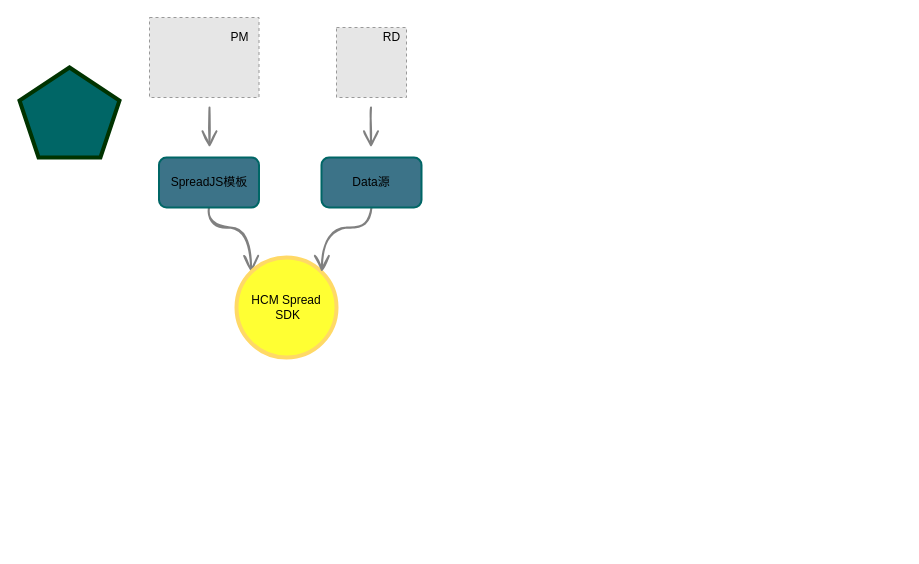
The draw.io diagram Untitled Diagram.drawio in ziloLiang/ziloLiang.github.io, before the edit. Source tidied: cells renumbered, new cells numbered last; positions are measured from the earlier drawing's top-left corner, leaving out a move shared by most shapes. Both pictures are drawn from the tidied source at 100%, with x=0, y=0 at pixel (19, 17). Pictures stored in the file or linked from it are replaced by grey dashed boxes.
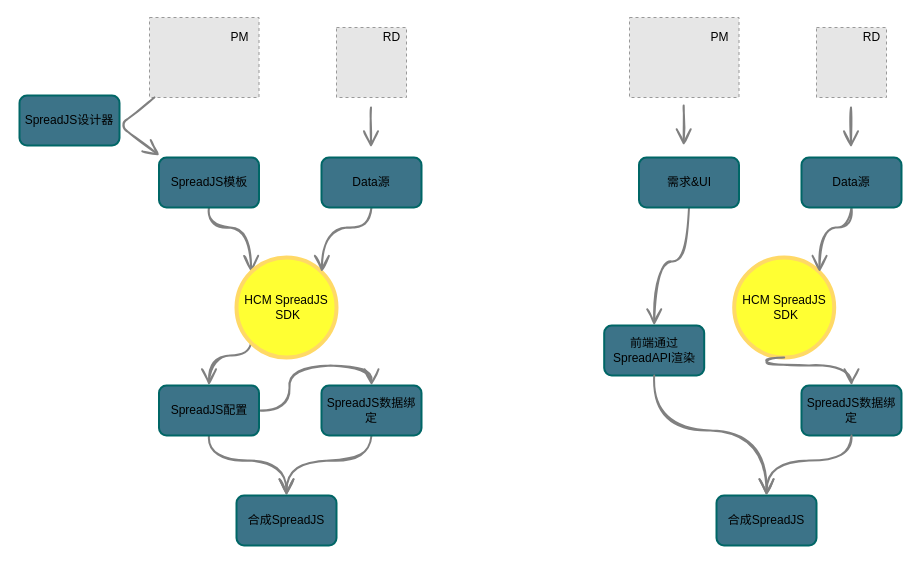
The same diagram, later.

The change refers to these unchanged cells:
```xml
<mxCell id="4" style="fillColor=#E6E6E6;strokeColor=#999999;dashed=1;verticalLabelPosition=bottom;verticalAlign=top;" parent="1" vertex="1">
  <mxGeometry x="130" width="109.5" height="80" as="geometry" />
</mxCell>
```

Change to the diagram source:
```diff
@@
+    <mxCell id="14" style="edgeStyle=orthogonalEdgeStyle;curved=1;rounded=0;sketch=1;jumpStyle=none;jumpSize=5;jettySize=auto;html=1;exitX=0;exitY=1;exitDx=0;exitDy=0;entryX=0.5;entryY=0;entryDx=0;entryDy=0;shadow=0;endArrow=open;endFill=0;endSize=12;strokeColor=#808080;strokeWidth=2;" parent="1" edge="1" source="8" target="19">
+      <mxGeometry relative="1" as="geometry">
+        <Array as="points">
+          <mxPoint x="232" y="338" />
+          <mxPoint x="190" y="338" />
+        </Array>
+      </mxGeometry>
+    </mxCell>
-    <mxCell id="8" value="HCM Spread&lt;br&gt;&amp;nbsp;SDK" style="ellipse;whiteSpace=wrap;html=1;strokeColor=#FFD966;strokeWidth=4;fillColor=#FFFF33;gradientColor=none;" parent="1" vertex="1">
+    <mxCell id="8" value="HCM SpreadJS&lt;br&gt;&amp;nbsp;SDK" style="ellipse;whiteSpace=wrap;html=1;strokeColor=#FFD966;strokeWidth=4;fillColor=#FFFF33;gradientColor=none;" parent="1" vertex="1">
       <mxGeometry x="217" y="240" width="100" height="100" as="geometry" />
     </mxCell>
@@
-    <mxCell id="11" style="endArrow=open;html=1;strokeColor=#808080;strokeWidth=2;endFill=0;endSize=12;jumpSize=5;jumpStyle=none;shadow=0;sketch=1;" parent="1" edge="1">
-      <mxGeometry relative="1" as="geometry">
-        <mxPoint x="190" y="90" as="sourcePoint" />
-        <mxPoint x="190" y="130" as="targetPoint" />
-      </mxGeometry>
-    </mxCell>
@@
-    <mxCell id="13" style="whiteSpace=wrap;html=1;shape=mxgraph.basic.pentagon;strokeWidth=4;gradientColor=none;fillColor=#006666;strokeColor=#003300;" parent="1" vertex="1">
-      <mxGeometry y="50" width="100" height="90" as="geometry" />
-    </mxCell>
+    <mxCell id="15" value="SpreadJS设计器" style="rounded=1;whiteSpace=wrap;html=1;strokeWidth=2;fillColor=#3c7388;strokeColor=#006666;" parent="1" vertex="1">
+      <mxGeometry y="78" width="100" height="50" as="geometry" />
+    </mxCell>
+    <mxCell id="16" style="endArrow=open;html=1;strokeColor=#808080;strokeWidth=2;endFill=0;endSize=12;jumpSize=5;jumpStyle=none;shadow=0;sketch=1;" parent="1" edge="1" source="4">
+      <mxGeometry relative="1" as="geometry">
+        <mxPoint x="140" y="138" as="targetPoint" />
+        <Array as="points">
+          <mxPoint x="100" y="108" />
+        </Array>
+      </mxGeometry>
+    </mxCell>
+    <mxCell id="17" style="edgeStyle=orthogonalEdgeStyle;curved=1;rounded=0;sketch=1;jumpStyle=none;jumpSize=5;jettySize=auto;html=1;entryX=0.5;entryY=0;entryDx=0;entryDy=0;shadow=0;endArrow=open;endFill=0;endSize=12;strokeColor=#808080;strokeWidth=2;" parent="1" edge="1" source="19" target="21">
+      <mxGeometry relative="1" as="geometry">
+        <Array as="points">
+          <mxPoint x="270" y="393" />
+          <mxPoint x="270" y="348" />
+          <mxPoint x="352" y="348" />
+        </Array>
+      </mxGeometry>
+    </mxCell>
+    <mxCell id="18" style="edgeStyle=orthogonalEdgeStyle;curved=1;rounded=0;sketch=1;jumpStyle=none;jumpSize=5;jettySize=auto;html=1;exitX=0.5;exitY=1;exitDx=0;exitDy=0;entryX=0.5;entryY=0;entryDx=0;entryDy=0;shadow=0;endArrow=open;endFill=0;endSize=12;strokeColor=#808080;strokeWidth=2;" parent="1" edge="1" source="19" target="22">
+      <mxGeometry relative="1" as="geometry" />
+    </mxCell>
+    <mxCell id="19" value="SpreadJS配置" style="rounded=1;whiteSpace=wrap;html=1;strokeWidth=2;fillColor=#3c7388;strokeColor=#006666;" parent="1" vertex="1">
+      <mxGeometry x="139.5" y="368" width="100" height="50" as="geometry" />
+    </mxCell>
+    <mxCell id="20" style="edgeStyle=orthogonalEdgeStyle;curved=1;rounded=0;sketch=1;jumpStyle=none;jumpSize=5;jettySize=auto;html=1;exitX=0.5;exitY=1;exitDx=0;exitDy=0;entryX=0.5;entryY=0;entryDx=0;entryDy=0;shadow=0;endArrow=open;endFill=0;endSize=12;strokeColor=#808080;strokeWidth=2;" parent="1" edge="1" source="21" target="22">
+      <mxGeometry relative="1" as="geometry" />
+    </mxCell>
+    <mxCell id="21" value="SpreadJS数据绑定" style="rounded=1;whiteSpace=wrap;html=1;strokeWidth=2;fillColor=#3c7388;strokeColor=#006666;" parent="1" vertex="1">
+      <mxGeometry x="302" y="368" width="100" height="50" as="geometry" />
+    </mxCell>
+    <mxCell id="22" value="合成SpreadJS" style="rounded=1;whiteSpace=wrap;html=1;strokeWidth=2;fillColor=#3c7388;strokeColor=#006666;" parent="1" vertex="1">
+      <mxGeometry x="217" y="478" width="100" height="50" as="geometry" />
+    </mxCell>
+    <mxCell id="23" style="group;" parent="1" vertex="1">
+      <mxGeometry x="480" width="402" height="528" as="geometry" />
+    </mxCell>
+    <mxCell id="24" style="edgeStyle=orthogonalEdgeStyle;curved=1;rounded=0;sketch=1;jumpStyle=none;jumpSize=5;jettySize=auto;html=1;shadow=0;endArrow=open;endFill=0;endSize=12;strokeColor=#808080;strokeWidth=2;" parent="23" edge="1" source="25" target="34">
+      <mxGeometry relative="1" as="geometry" />
+    </mxCell>
+    <mxCell id="25" value="需求&amp;amp;UI" style="rounded=1;whiteSpace=wrap;html=1;strokeWidth=2;fillColor=#3c7388;strokeColor=#006666;" parent="23" vertex="1">
+      <mxGeometry x="139.5" y="140" width="100" height="50" as="geometry" />
+    </mxCell>
+    <mxCell id="26" style="fillColor=#E6E6E6;strokeColor=#999999;dashed=1;verticalLabelPosition=bottom;verticalAlign=top;" parent="23" vertex="1">
+      <mxGeometry x="130" width="109.5" height="80" as="geometry" />
+    </mxCell>
+    <mxCell id="27" value="PM" style="text;html=1;align=center;verticalAlign=middle;fillColor=none;strokeColor=none;rounded=0;" parent="23" vertex="1">
+      <mxGeometry x="204.7" y="10" width="30" height="20" as="geometry" />
+    </mxCell>
+    <mxCell id="28" style="fillColor=#E6E6E6;strokeColor=#999999;dashed=1;verticalLabelPosition=bottom;verticalAlign=top;" parent="23" vertex="1">
+      <mxGeometry x="317" y="10" width="70" height="70" as="geometry" />
+    </mxCell>
+    <mxCell id="29" value="RD" style="text;html=1;align=center;verticalAlign=middle;fillColor=none;strokeColor=none;rounded=0;" parent="23" vertex="1">
+      <mxGeometry x="357" y="10" width="30" height="20" as="geometry" />
+    </mxCell>
+    <mxCell id="30" value="HCM SpreadJS&lt;br&gt;&amp;nbsp;SDK" style="ellipse;whiteSpace=wrap;html=1;strokeColor=#FFD966;strokeWidth=4;fillColor=#FFFF33;gradientColor=none;" parent="23" vertex="1">
+      <mxGeometry x="234.7" y="240" width="100" height="100" as="geometry" />
+    </mxCell>
+    <mxCell id="31" style="edgeStyle=orthogonalEdgeStyle;curved=1;rounded=0;sketch=1;jumpStyle=none;jumpSize=5;jettySize=auto;html=1;entryX=1;entryY=0;entryDx=0;entryDy=0;shadow=0;endArrow=open;endFill=0;endSize=12;strokeColor=#808080;strokeWidth=2;" parent="23" edge="1" source="32" target="30">
+      <mxGeometry relative="1" as="geometry" />
+    </mxCell>
+    <mxCell id="32" value="Data源" style="rounded=1;whiteSpace=wrap;html=1;strokeWidth=2;fillColor=#3c7388;strokeColor=#006666;" parent="23" vertex="1">
+      <mxGeometry x="302" y="140" width="100" height="50" as="geometry" />
+    </mxCell>
+    <mxCell id="33" style="endArrow=open;html=1;strokeColor=#808080;strokeWidth=2;endFill=0;endSize=12;jumpSize=5;jumpStyle=none;shadow=0;sketch=1;" parent="23" edge="1">
+      <mxGeometry relative="1" as="geometry">
+        <mxPoint x="351.5" y="90" as="sourcePoint" />
+        <mxPoint x="351.5" y="130" as="targetPoint" />
+      </mxGeometry>
+    </mxCell>
+    <mxCell id="34" value="前端通过SpreadAPI渲染" style="rounded=1;whiteSpace=wrap;html=1;strokeWidth=2;fillColor=#3c7388;strokeColor=#006666;" parent="23" vertex="1">
+      <mxGeometry x="104.7" y="308" width="100" height="50" as="geometry" />
+    </mxCell>
+    <mxCell id="35" value="SpreadJS数据绑定" style="rounded=1;whiteSpace=wrap;html=1;strokeWidth=2;fillColor=#3c7388;strokeColor=#006666;" parent="23" vertex="1">
+      <mxGeometry x="302" y="368" width="100" height="50" as="geometry" />
+    </mxCell>
+    <mxCell id="36" style="edgeStyle=orthogonalEdgeStyle;curved=1;rounded=0;sketch=1;jumpStyle=none;jumpSize=5;jettySize=auto;html=1;entryX=0.5;entryY=0;entryDx=0;entryDy=0;shadow=0;endArrow=open;endFill=0;endSize=12;strokeColor=#808080;strokeWidth=2;exitX=0.5;exitY=1;exitDx=0;exitDy=0;" parent="23" edge="1" source="30" target="35">
+      <mxGeometry relative="1" as="geometry">
+        <Array as="points">
+          <mxPoint x="267" y="348" />
+          <mxPoint x="352" y="348" />
+        </Array>
+      </mxGeometry>
+    </mxCell>
+    <mxCell id="37" value="合成SpreadJS" style="rounded=1;whiteSpace=wrap;html=1;strokeWidth=2;fillColor=#3c7388;strokeColor=#006666;" parent="23" vertex="1">
+      <mxGeometry x="217" y="478" width="100" height="50" as="geometry" />
+    </mxCell>
+    <mxCell id="38" style="edgeStyle=orthogonalEdgeStyle;curved=1;rounded=0;sketch=1;jumpStyle=none;jumpSize=5;jettySize=auto;html=1;exitX=0.5;exitY=1;exitDx=0;exitDy=0;entryX=0.5;entryY=0;entryDx=0;entryDy=0;shadow=0;endArrow=open;endFill=0;endSize=12;strokeColor=#808080;strokeWidth=2;" parent="23" edge="1" source="34" target="37">
+      <mxGeometry relative="1" as="geometry" />
+    </mxCell>
+    <mxCell id="39" style="edgeStyle=orthogonalEdgeStyle;curved=1;rounded=0;sketch=1;jumpStyle=none;jumpSize=5;jettySize=auto;html=1;exitX=0.5;exitY=1;exitDx=0;exitDy=0;entryX=0.5;entryY=0;entryDx=0;entryDy=0;shadow=0;endArrow=open;endFill=0;endSize=12;strokeColor=#808080;strokeWidth=2;" parent="23" edge="1" source="35" target="37">
+      <mxGeometry relative="1" as="geometry" />
+    </mxCell>
+    <mxCell id="40" style="endArrow=open;html=1;strokeColor=#808080;strokeWidth=2;endFill=0;endSize=12;jumpSize=5;jumpStyle=none;shadow=0;sketch=1;" parent="23" edge="1">
+      <mxGeometry relative="1" as="geometry">
+        <mxPoint x="184.2" y="88" as="sourcePoint" />
+        <mxPoint x="184.2" y="128" as="targetPoint" />
+      </mxGeometry>
+    </mxCell>
```
